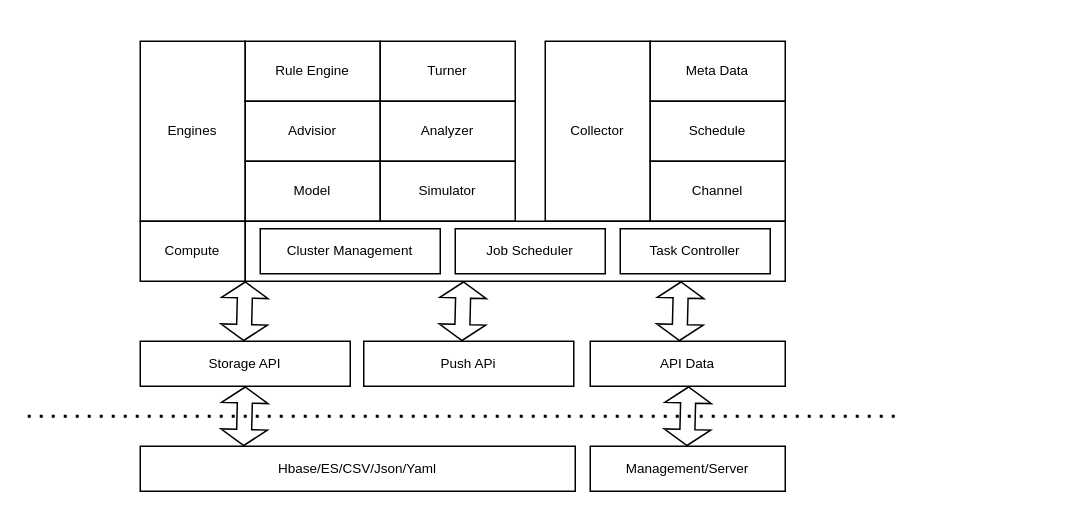
This is page "第 6 页" (6 of 6) of PaaS.drawio from spiswe/scripts, a draw.io file, before an edit. Source tidied: cells renumbered, new cells numbered last; positions are measured from the earlier drawing's top-left corner, leaving out a move shared by most shapes. Both pictures are drawn from the tidied source at 150%, with x=0, y=0 at pixel (27, 40).
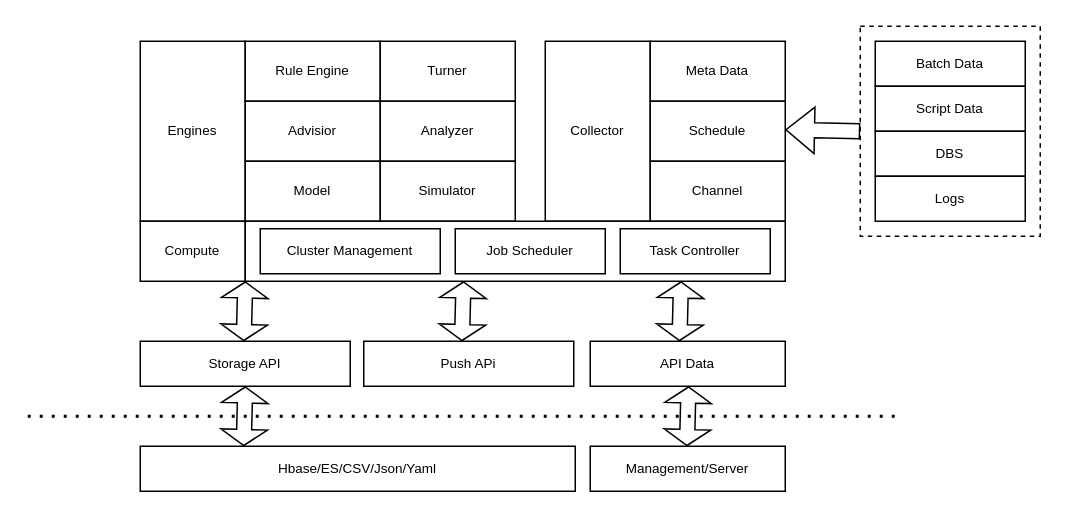
Above is the later version.

Diff of the diagram source:
```diff
@@
+    <mxCell id="29" value="Batch Data" style="rounded=0;whiteSpace=wrap;html=1;shadow=0;glass=1;fillStyle=hatch;fontSize=9;strokeWidth=1;fillColor=none;" parent="1" vertex="1">
+      <mxGeometry x="565" width="100" height="30" as="geometry" />
+    </mxCell>
+    <mxCell id="30" value="Script Data" style="rounded=0;whiteSpace=wrap;html=1;shadow=0;glass=1;fillStyle=hatch;fontSize=9;strokeWidth=1;fillColor=none;" parent="1" vertex="1">
+      <mxGeometry x="565" y="30" width="100" height="30" as="geometry" />
+    </mxCell>
+    <mxCell id="31" value="DBS" style="rounded=0;whiteSpace=wrap;html=1;shadow=0;glass=1;fillStyle=hatch;fontSize=9;strokeWidth=1;fillColor=none;" parent="1" vertex="1">
+      <mxGeometry x="565" y="60" width="100" height="30" as="geometry" />
+    </mxCell>
+    <mxCell id="32" value="Logs" style="rounded=0;whiteSpace=wrap;html=1;shadow=0;glass=1;fillStyle=hatch;fontSize=9;strokeWidth=1;fillColor=none;" parent="1" vertex="1">
+      <mxGeometry x="565" y="90" width="100" height="30" as="geometry" />
+    </mxCell>
+    <mxCell id="33" style="rounded=0;whiteSpace=wrap;html=1;shadow=0;glass=1;fillStyle=hatch;fontSize=9;strokeWidth=1;fillColor=none;dashed=1;" parent="1" vertex="1">
+      <mxGeometry x="555" y="-10" width="120" height="140" as="geometry" />
+    </mxCell>
+    <mxCell id="34" style="shape=flexArrow;endArrow=classic;html=1;rounded=0;fontSize=9;exitX=0;exitY=0.5;exitDx=0;exitDy=0;" parent="1" edge="1" source="33">
+      <mxGeometry relative="1" as="geometry">
+        <mxPoint x="505" y="59" as="targetPoint" />
+      </mxGeometry>
+    </mxCell>
```
